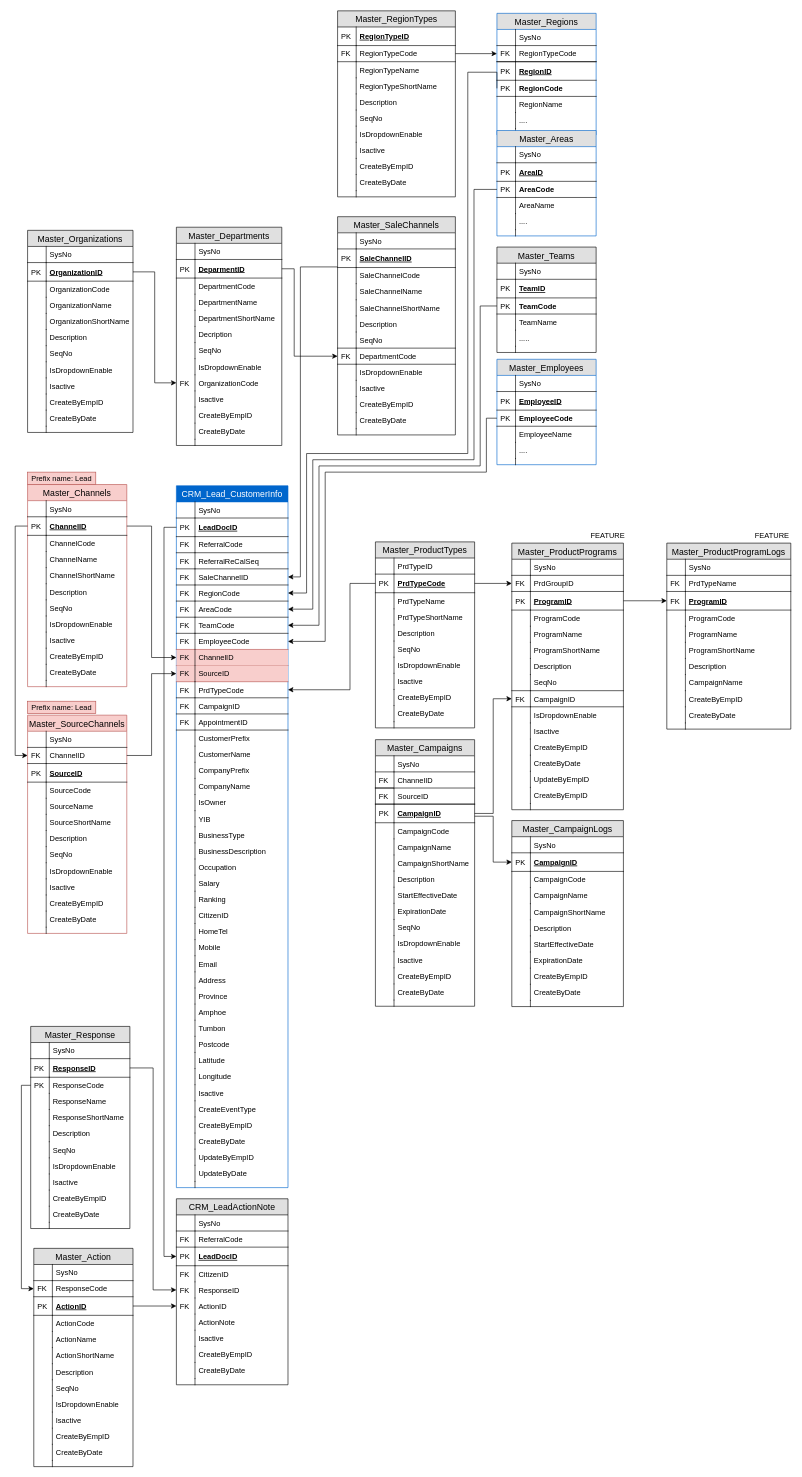
Earlier version of the draw.io diagram Lead Management ER.drawio (NatthapongNar/Diagram). Source tidied: cells renumbered, new cells numbered last; positions are measured from the earlier drawing's top-left corner, leaving out a move shared by most shapes. Both pictures are drawn from the tidied source at 62%, with x=0, y=0 at pixel (21, 11).
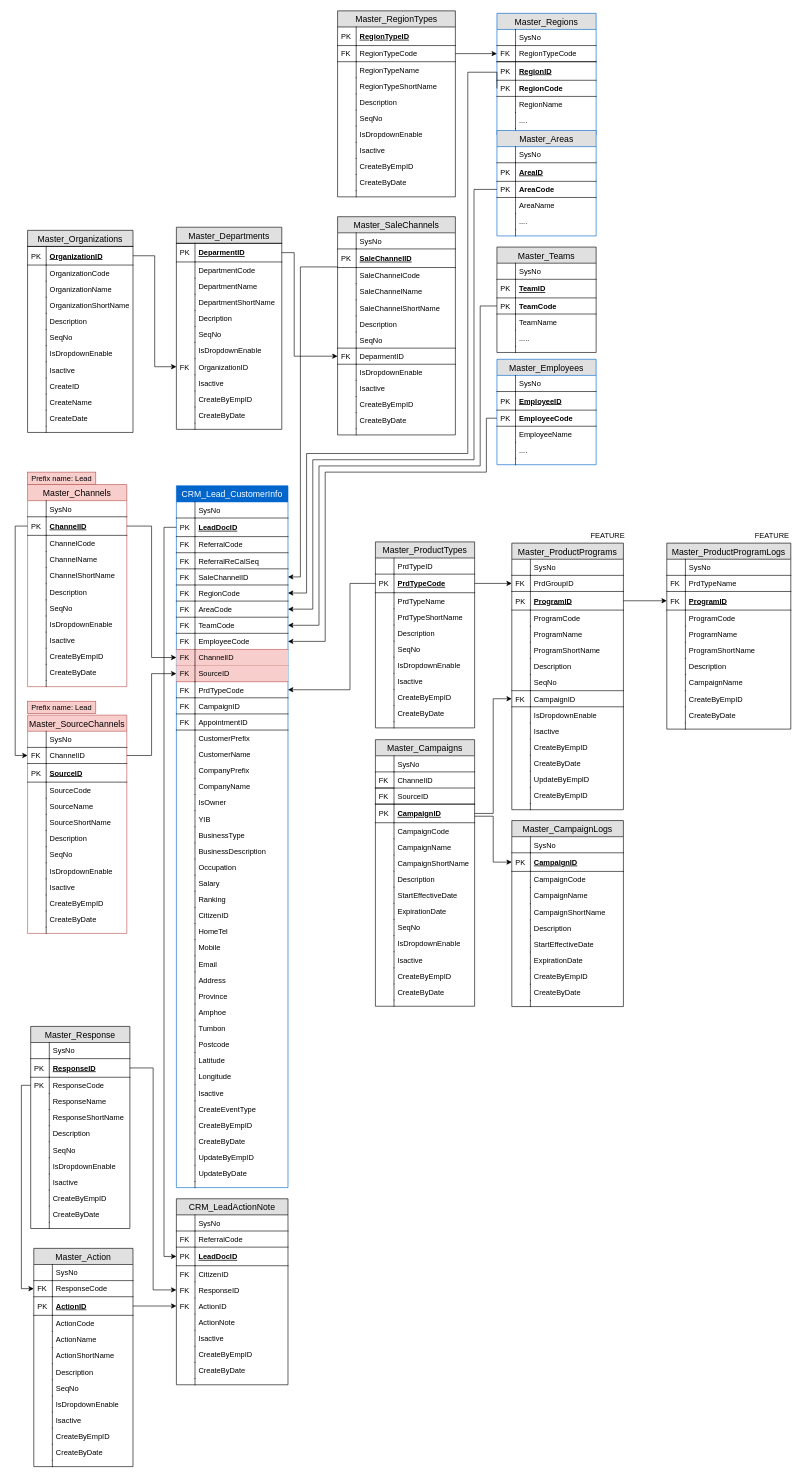
Above is the later version.

The change refers to these unchanged cells:
```xml
<mxCell id="2" value="Master_SaleChannels" style="swimlane;fontStyle=0;horizontal=1;startSize=26;fillColor=#e0e0e0;swimlaneFillColor=#ffffff;align=center;fontSize=14;" parent="1" vertex="1">
  <mxGeometry x="510" y="332" width="190" height="352" as="geometry" />
</mxCell>
<mxCell id="29" value="Master_Organizations" style="swimlane;fontStyle=0;horizontal=1;startSize=26;fillColor=#e0e0e0;swimlaneFillColor=#ffffff;align=center;fontSize=14;" parent="1" vertex="1">
  <mxGeometry x="10" y="354" width="170" height="326" as="geometry" />
</mxCell>
```

Diff of the diagram source:
```diff
@@
-    <mxCell id="17" value="DepartmentCode" style="shape=partialRectangle;top=1;left=0;right=0;bottom=1;align=left;verticalAlign=top;fillColor=none;spacingLeft=34;spacingRight=4;overflow=hidden;points=[[0,0.5],[1,0.5]];portConstraint=eastwest;fontSize=12;" parent="2" vertex="1">
+    <mxCell id="17" value="DeparmentID" style="shape=partialRectangle;top=1;left=0;right=0;bottom=1;align=left;verticalAlign=top;fillColor=none;spacingLeft=34;spacingRight=4;overflow=hidden;points=[[0,0.5],[1,0.5]];portConstraint=eastwest;fontSize=12;" parent="2" vertex="1">
       <mxGeometry y="212" width="190" height="26" as="geometry" />
     </mxCell>
@@
-    <mxCell id="30" value="SysNo" style="shape=partialRectangle;top=0;left=0;right=0;bottom=0;align=left;verticalAlign=top;fillColor=none;spacingLeft=34;spacingRight=4;overflow=hidden;fontSize=12;" parent="29" vertex="1">
-      <mxGeometry y="26" width="170" height="26" as="geometry" />
-    </mxCell>
-    <mxCell id="31" style="shape=partialRectangle;top=0;left=0;bottom=0;fillColor=none;align=left;verticalAlign=top;spacingLeft=4;spacingRight=4;overflow=hidden;fontSize=12;" parent="30" vertex="1">
-      <mxGeometry width="30" height="26" as="geometry" />
-    </mxCell>
     <mxCell id="32" value="OrganizationID" style="shape=partialRectangle;top=1;left=0;right=0;bottom=1;align=left;verticalAlign=middle;fillColor=none;spacingLeft=34;spacingRight=4;overflow=hidden;points=[[0,0.5],[1,0.5]];portConstraint=eastwest;fontStyle=5;fontSize=12;" parent="29" vertex="1">
-      <mxGeometry y="52" width="170" height="30" as="geometry" />
+      <mxGeometry y="26" width="170" height="30" as="geometry" />
     </mxCell>
@@
     <mxCell id="34" value="OrganizationCode" style="shape=partialRectangle;top=0;left=0;right=0;bottom=0;align=left;verticalAlign=top;fillColor=none;spacingLeft=34;spacingRight=4;overflow=hidden;fontSize=12;" parent="29" vertex="1">
-      <mxGeometry y="82" width="170" height="26" as="geometry" />
+      <mxGeometry y="56" width="170" height="26" as="geometry" />
     </mxCell>
@@
     <mxCell id="36" value="OrganizationName" style="shape=partialRectangle;top=0;left=0;right=0;bottom=0;align=left;verticalAlign=top;fillColor=none;spacingLeft=34;spacingRight=4;overflow=hidden;fontSize=12;" parent="29" vertex="1">
-      <mxGeometry y="108" width="170" height="26" as="geometry" />
+      <mxGeometry y="82" width="170" height="26" as="geometry" />
     </mxCell>
@@
     <mxCell id="38" value="OrganizationShortName" style="shape=partialRectangle;top=0;left=0;right=0;bottom=0;align=left;verticalAlign=top;fillColor=none;spacingLeft=34;spacingRight=4;overflow=hidden;fontSize=12;" parent="29" vertex="1">
-      <mxGeometry y="134" width="170" height="26" as="geometry" />
+      <mxGeometry y="108" width="170" height="26" as="geometry" />
     </mxCell>
@@
     <mxCell id="40" value="Description" style="shape=partialRectangle;top=0;left=0;right=0;bottom=0;align=left;verticalAlign=top;fillColor=none;spacingLeft=34;spacingRight=4;overflow=hidden;fontSize=12;" parent="29" vertex="1">
-      <mxGeometry y="160" width="170" height="26" as="geometry" />
+      <mxGeometry y="134" width="170" height="26" as="geometry" />
     </mxCell>
@@
     <mxCell id="42" value="SeqNo" style="shape=partialRectangle;top=0;left=0;right=0;bottom=0;align=left;verticalAlign=top;fillColor=none;spacingLeft=34;spacingRight=4;overflow=hidden;fontSize=12;" parent="29" vertex="1">
-      <mxGeometry y="186" width="170" height="26" as="geometry" />
+      <mxGeometry y="160" width="170" height="26" as="geometry" />
     </mxCell>
@@
     <mxCell id="44" value="IsDropdownEnable" style="shape=partialRectangle;top=0;left=0;right=0;bottom=0;align=left;verticalAlign=top;fillColor=none;spacingLeft=34;spacingRight=4;overflow=hidden;fontSize=12;" parent="29" vertex="1">
-      <mxGeometry y="212" width="170" height="26" as="geometry" />
+      <mxGeometry y="186" width="170" height="26" as="geometry" />
     </mxCell>
@@
     <mxCell id="46" value="Isactive" style="shape=partialRectangle;top=0;left=0;right=0;bottom=0;align=left;verticalAlign=top;fillColor=none;spacingLeft=34;spacingRight=4;overflow=hidden;fontSize=12;" parent="29" vertex="1">
-      <mxGeometry y="238" width="170" height="26" as="geometry" />
+      <mxGeometry y="212" width="170" height="26" as="geometry" />
     </mxCell>
@@
+    <mxCell id="531" value="CreateID" style="shape=partialRectangle;top=0;left=0;right=0;bottom=0;align=left;verticalAlign=top;fillColor=none;spacingLeft=34;spacingRight=4;overflow=hidden;fontSize=12;" parent="29" vertex="1">
+      <mxGeometry y="238" width="170" height="26" as="geometry" />
+    </mxCell>
+    <mxCell id="532" style="shape=partialRectangle;top=0;left=0;bottom=0;fillColor=none;align=left;verticalAlign=top;spacingLeft=4;spacingRight=4;overflow=hidden;fontSize=12;" parent="531" vertex="1">
+      <mxGeometry width="30" height="26" as="geometry" />
+    </mxCell>
-    <mxCell id="48" value="CreateByEmpID" style="shape=partialRectangle;top=0;left=0;right=0;bottom=0;align=left;verticalAlign=top;fillColor=none;spacingLeft=34;spacingRight=4;overflow=hidden;fontSize=12;" parent="29" vertex="1">
+    <mxCell id="48" value="CreateName" style="shape=partialRectangle;top=0;left=0;right=0;bottom=0;align=left;verticalAlign=top;fillColor=none;spacingLeft=34;spacingRight=4;overflow=hidden;fontSize=12;" parent="29" vertex="1">
       <mxGeometry y="264" width="170" height="26" as="geometry" />
     </mxCell>
@@
-    <mxCell id="50" value="CreateByDate" style="shape=partialRectangle;top=0;left=0;right=0;bottom=0;align=left;verticalAlign=top;fillColor=none;spacingLeft=34;spacingRight=4;overflow=hidden;fontSize=12;" parent="29" vertex="1">
+    <mxCell id="50" value="CreateDate" style="shape=partialRectangle;top=0;left=0;right=0;bottom=0;align=left;verticalAlign=top;fillColor=none;spacingLeft=34;spacingRight=4;overflow=hidden;fontSize=12;" parent="29" vertex="1">
       <mxGeometry y="290" width="170" height="26" as="geometry" />
     </mxCell>
@@
     <mxCell id="54" value="Master_Departments" style="swimlane;fontStyle=0;horizontal=1;startSize=26;fillColor=#e0e0e0;swimlaneFillColor=#ffffff;align=center;fontSize=14;" parent="1" vertex="1">
-      <mxGeometry x="250" y="349" width="170" height="352" as="geometry" />
+      <mxGeometry x="250" y="349" width="170" height="326" as="geometry" />
     </mxCell>
-    <mxCell id="55" value="SysNo" style="shape=partialRectangle;top=0;left=0;right=0;bottom=0;align=left;verticalAlign=top;fillColor=none;spacingLeft=34;spacingRight=4;overflow=hidden;fontSize=12;" parent="54" vertex="1">
-      <mxGeometry y="26" width="170" height="26" as="geometry" />
-    </mxCell>
-    <mxCell id="56" style="shape=partialRectangle;top=0;left=0;bottom=0;fillColor=none;align=left;verticalAlign=top;spacingLeft=4;spacingRight=4;overflow=hidden;fontSize=12;" parent="55" vertex="1">
-      <mxGeometry width="30" height="26" as="geometry" />
-    </mxCell>
     <mxCell id="57" value="DeparmentID" style="shape=partialRectangle;top=1;left=0;right=0;bottom=1;align=left;verticalAlign=middle;fillColor=none;spacingLeft=34;spacingRight=4;overflow=hidden;points=[[0,0.5],[1,0.5]];portConstraint=eastwest;fontStyle=5;fontSize=12;" parent="54" vertex="1">
-      <mxGeometry y="52" width="170" height="30" as="geometry" />
+      <mxGeometry y="26" width="170" height="30" as="geometry" />
     </mxCell>
@@
     <mxCell id="59" value="DepartmentCode" style="shape=partialRectangle;top=0;left=0;right=0;bottom=0;align=left;verticalAlign=top;fillColor=none;spacingLeft=34;spacingRight=4;overflow=hidden;fontSize=12;" parent="54" vertex="1">
-      <mxGeometry y="82" width="170" height="26" as="geometry" />
+      <mxGeometry y="56" width="170" height="26" as="geometry" />
     </mxCell>
@@
     <mxCell id="61" value="DepartmentName" style="shape=partialRectangle;top=0;left=0;right=0;bottom=0;align=left;verticalAlign=top;fillColor=none;spacingLeft=34;spacingRight=4;overflow=hidden;fontSize=12;" parent="54" vertex="1">
-      <mxGeometry y="108" width="170" height="26" as="geometry" />
+      <mxGeometry y="82" width="170" height="26" as="geometry" />
     </mxCell>
@@
     <mxCell id="63" value="DepartmentShortName" style="shape=partialRectangle;top=0;left=0;right=0;bottom=0;align=left;verticalAlign=top;fillColor=none;spacingLeft=34;spacingRight=4;overflow=hidden;fontSize=12;" parent="54" vertex="1">
-      <mxGeometry y="134" width="170" height="26" as="geometry" />
+      <mxGeometry y="108" width="170" height="26" as="geometry" />
     </mxCell>
@@
     <mxCell id="65" value="Decription" style="shape=partialRectangle;top=0;left=0;right=0;bottom=0;align=left;verticalAlign=top;fillColor=none;spacingLeft=34;spacingRight=4;overflow=hidden;fontSize=12;" parent="54" vertex="1">
-      <mxGeometry y="160" width="170" height="26" as="geometry" />
+      <mxGeometry y="134" width="170" height="26" as="geometry" />
     </mxCell>
@@
     <mxCell id="67" value="SeqNo" style="shape=partialRectangle;top=0;left=0;right=0;bottom=0;align=left;verticalAlign=top;fillColor=none;spacingLeft=34;spacingRight=4;overflow=hidden;fontSize=12;" parent="54" vertex="1">
-      <mxGeometry y="186" width="170" height="26" as="geometry" />
+      <mxGeometry y="160" width="170" height="26" as="geometry" />
     </mxCell>
@@
     <mxCell id="69" value="IsDropdownEnable" style="shape=partialRectangle;top=0;left=0;right=0;bottom=0;align=left;verticalAlign=top;fillColor=none;spacingLeft=34;spacingRight=4;overflow=hidden;fontSize=12;" parent="54" vertex="1">
-      <mxGeometry y="212" width="170" height="26" as="geometry" />
+      <mxGeometry y="186" width="170" height="26" as="geometry" />
     </mxCell>
@@
-    <mxCell id="71" value="OrganizationCode" style="shape=partialRectangle;top=0;left=0;right=0;bottom=0;align=left;verticalAlign=top;fillColor=none;spacingLeft=34;spacingRight=4;overflow=hidden;points=[[0,0.5],[1,0.5]];portConstraint=eastwest;fontSize=12;" parent="54" vertex="1">
-      <mxGeometry y="238" width="170" height="26" as="geometry" />
+    <mxCell id="71" value="OrganizationID" style="shape=partialRectangle;top=0;left=0;right=0;bottom=0;align=left;verticalAlign=top;fillColor=none;spacingLeft=34;spacingRight=4;overflow=hidden;points=[[0,0.5],[1,0.5]];portConstraint=eastwest;fontSize=12;" parent="54" vertex="1">
+      <mxGeometry y="212" width="170" height="26" as="geometry" />
     </mxCell>
@@
     <mxCell id="73" value="Isactive" style="shape=partialRectangle;top=0;left=0;right=0;bottom=0;align=left;verticalAlign=top;fillColor=none;spacingLeft=34;spacingRight=4;overflow=hidden;fontSize=12;" parent="54" vertex="1">
-      <mxGeometry y="264" width="170" height="26" as="geometry" />
+      <mxGeometry y="238" width="170" height="26" as="geometry" />
     </mxCell>
@@
     <mxCell id="75" value="CreateByEmpID" style="shape=partialRectangle;top=0;left=0;right=0;bottom=0;align=left;verticalAlign=top;fillColor=none;spacingLeft=34;spacingRight=4;overflow=hidden;fontSize=12;" parent="54" vertex="1">
-      <mxGeometry y="290" width="170" height="26" as="geometry" />
+      <mxGeometry y="264" width="170" height="26" as="geometry" />
     </mxCell>
@@
     <mxCell id="77" value="CreateByDate" style="shape=partialRectangle;top=0;left=0;right=0;bottom=0;align=left;verticalAlign=top;fillColor=none;spacingLeft=34;spacingRight=4;overflow=hidden;fontSize=12;" parent="54" vertex="1">
-      <mxGeometry y="316" width="170" height="26" as="geometry" />
+      <mxGeometry y="290" width="170" height="26" as="geometry" />
     </mxCell>
@@
     <mxCell id="79" style="shape=partialRectangle;top=0;left=0;right=0;bottom=0;align=left;verticalAlign=top;fillColor=none;spacingLeft=34;spacingRight=4;overflow=hidden;fontSize=12;" parent="54" vertex="1">
-      <mxGeometry y="342" width="170" height="10" as="geometry" />
+      <mxGeometry y="316" width="170" height="10" as="geometry" />
     </mxCell>
@@
     <mxCell id="441" style="edgeStyle=orthogonalEdgeStyle;rounded=0;jumpSize=0;jettySize=auto;html=1;entryX=0;entryY=0.5;entryDx=0;entryDy=0;" parent="1" edge="1" source="57" target="17">
       <mxGeometry relative="1" as="geometry">
         <Array as="points">
-          <mxPoint x="440" y="416" />
+          <mxPoint x="440" y="390" />
           <mxPoint x="440" y="557" />
         </Array>
       </mxGeometry>
     </mxCell>
```
